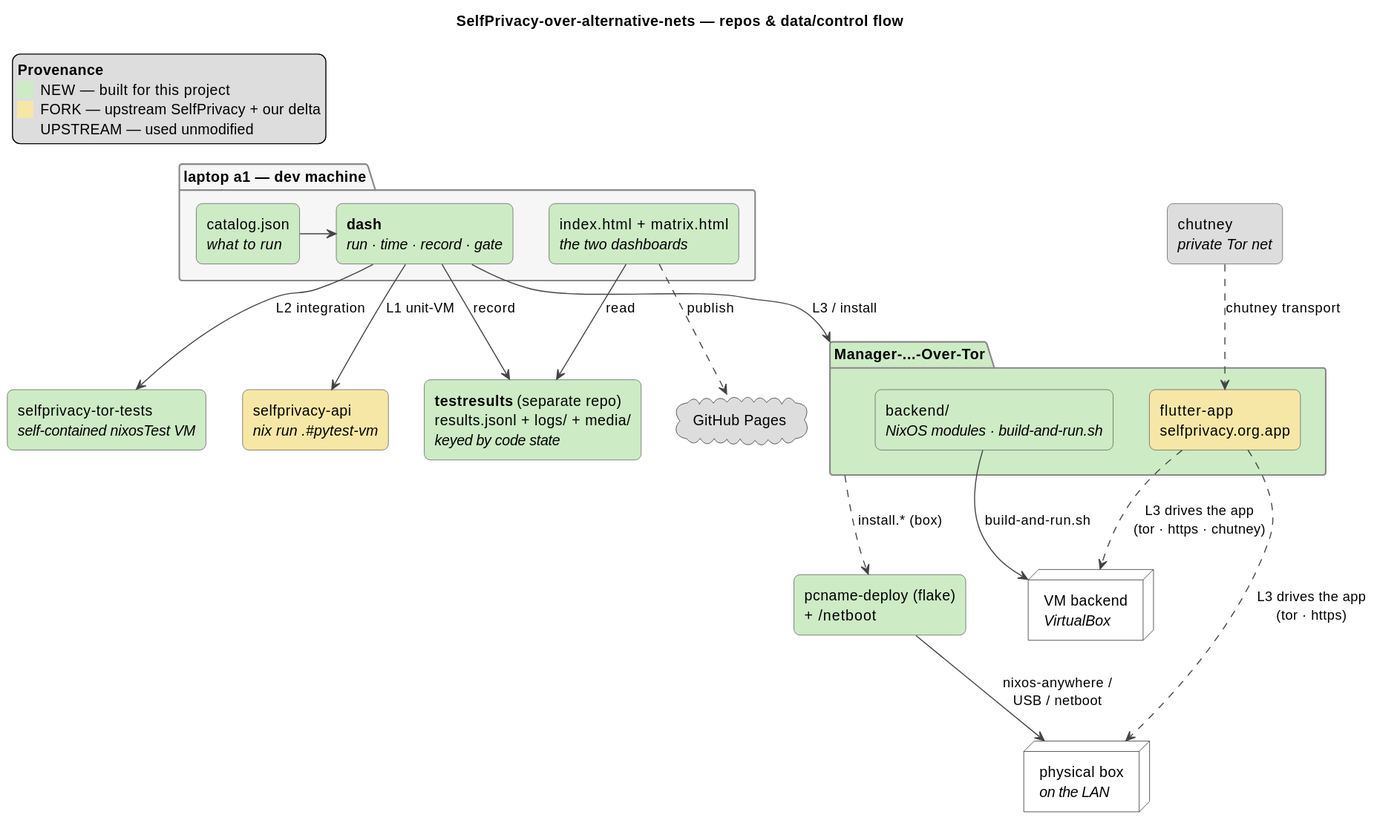
This is docs/architecture.svg from selfprivacy-over-alternative-nets/dev-dashboard, a PlantUML export, as it was before one commit. Its source is kept beside it as docs/architecture.puml.
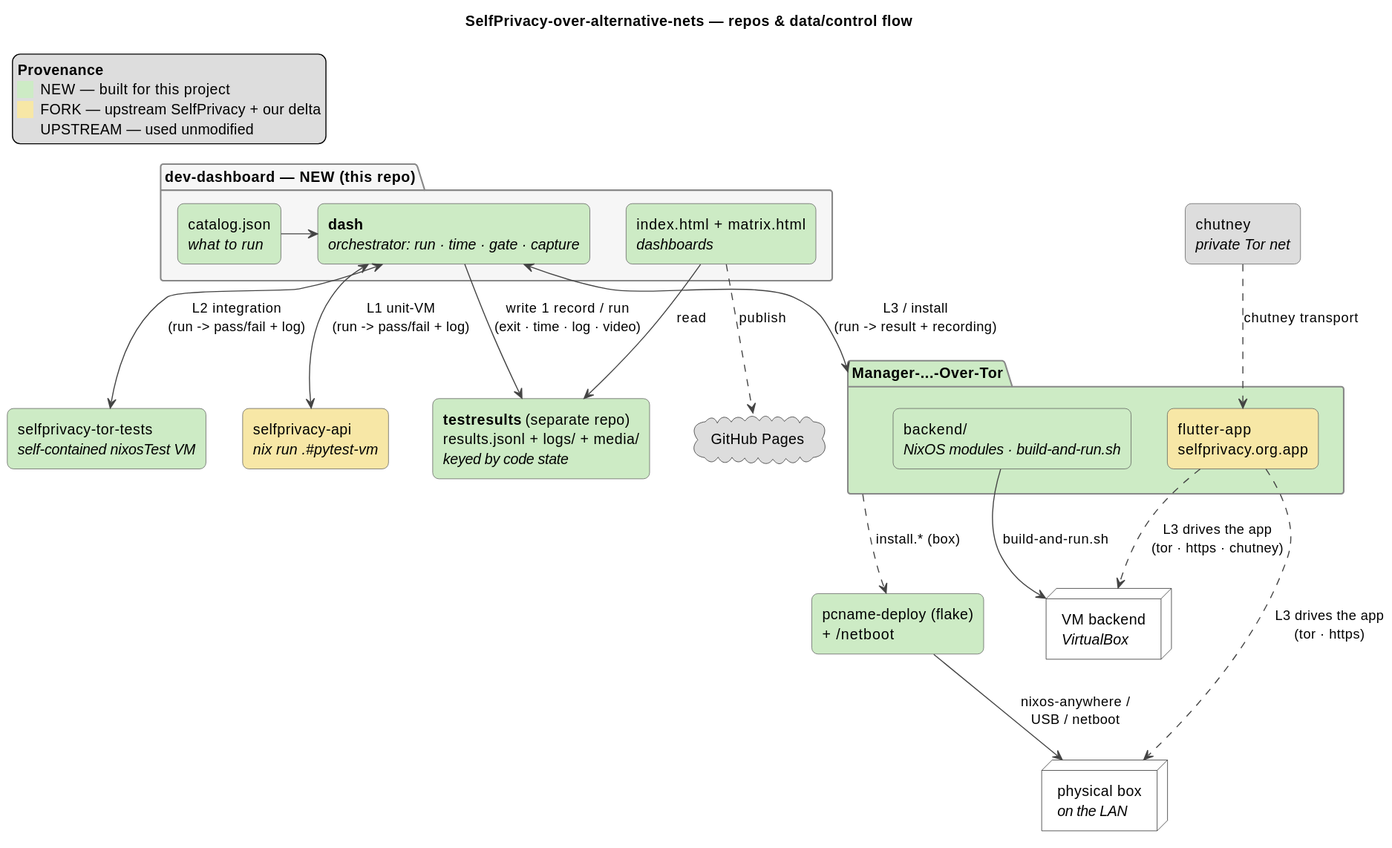
The same file after the commit.

Commit message:
docs(diagram): group nodes under the dev-dashboard repo + show results flowing back

What changed in the source:
```diff
@@ -20,17 +20,17 @@
 <back:#DDDDDD>    </back>  UPSTREAM — used unmodified
 endlegend
 
-package "laptop a1 — dev machine" {
+package "dev-dashboard  —  NEW (this repo)" {
   rectangle "catalog.json\n<i>what to run</i>" as cat #CDEBC5
-  rectangle "<b>dash</b>\n<i>run · time · record · gate</i>" as dash #CDEBC5
-  rectangle "index.html + matrix.html\n<i>the two dashboards</i>" as ui #CDEBC5
+  rectangle "<b>dash</b>\n<i>orchestrator: run · time · gate · capture</i>" as dash #CDEBC5
+  rectangle "index.html + matrix.html\n<i>dashboards</i>" as ui #CDEBC5
 }
 
 rectangle "<b>testresults</b> (separate repo)\nresults.jsonl + logs/ + media/\n<i>keyed by code state</i>" as tr #CDEBC5
 cloud "GitHub Pages" as pages #DDDDDD
 
 cat -right-> dash
-dash --> tr : record
+dash --> tr : write 1 record / run\n(exit · time · log · video)
 ui --> tr : read
 ui ..> pages : publish
 
@@ -41,9 +41,9 @@
 rectangle "selfprivacy-api\n<i>nix run .#pytest-vm</i>" as api #F7E7A6
 rectangle "selfprivacy-tor-tests\n<i>self-contained nixosTest VM</i>" as tests #CDEBC5
 
-dash --> api    : L1 unit-VM
-dash --> tests  : L2 integration
-dash --> mgr    : L3 / install
+dash <--> api    : L1 unit-VM\n(run -> pass/fail + log)
+dash <--> tests  : L2 integration\n(run -> pass/fail + log)
+dash <--> mgr    : L3 / install\n(run -> result + recording)
 
 node "VM backend\n<i>VirtualBox</i>" as vm #FFFFFF
 node "physical box\n<i>on the LAN</i>" as box #FFFFFF
```
